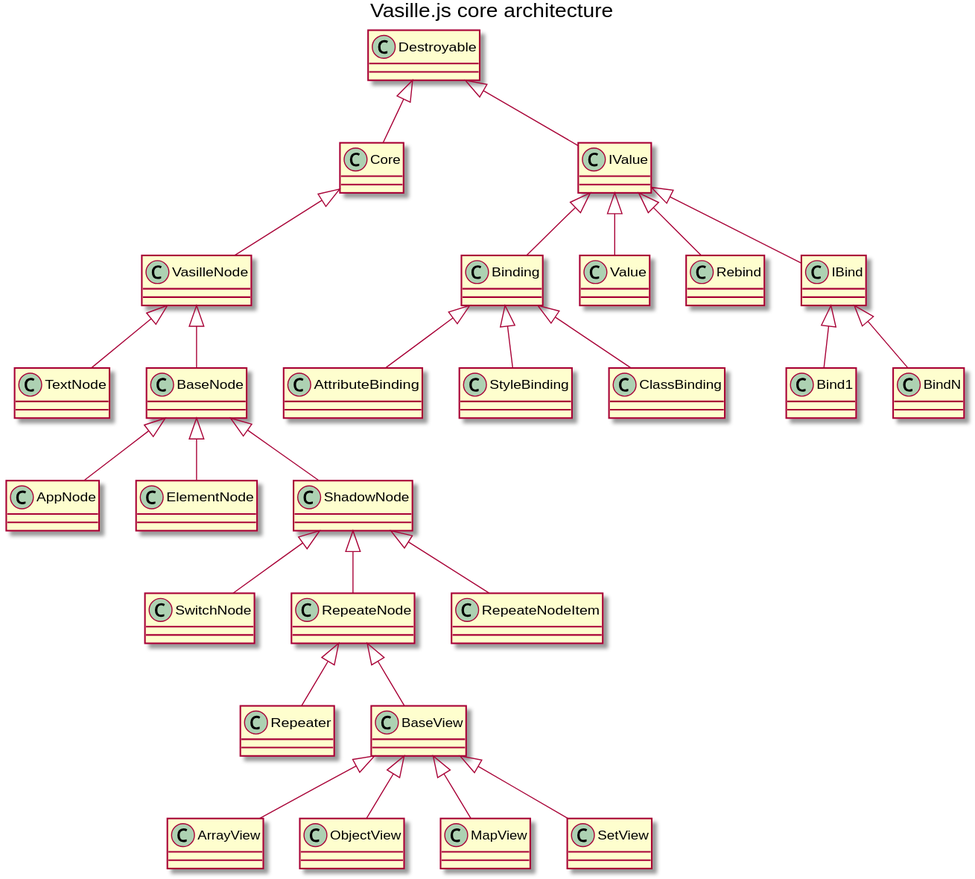
The PlantUML diagram models/svg/Vasille.js core architecture.svg in vasille-js/vasille-js, before a commit.
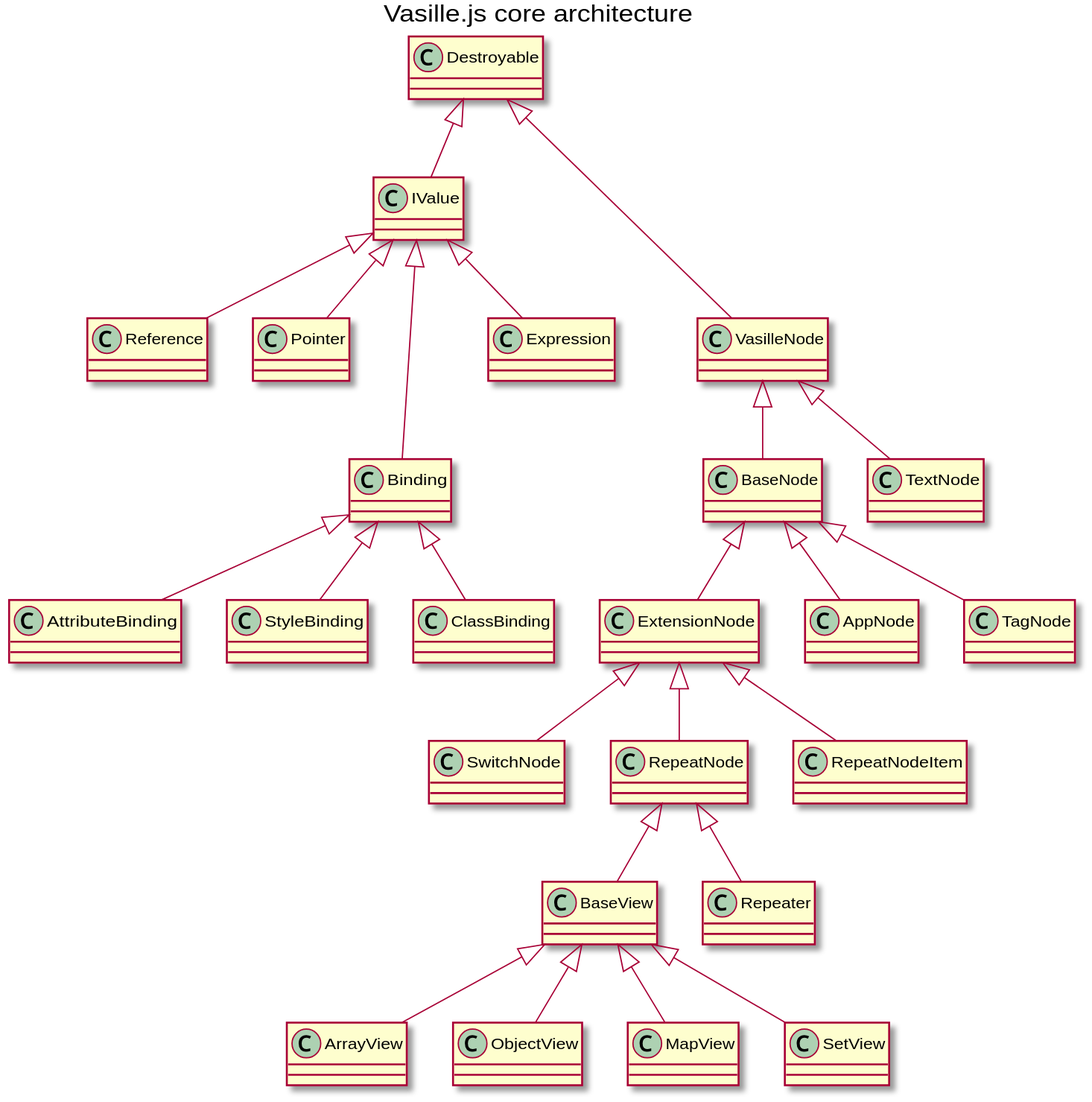
After the commit.

The edit, as a diff of the source:
```diff
@@ -1,33 +1,30 @@
 @startuml
 title Vasille.js core architecture
 
-Destroyable <|-- Core
 Destroyable <|-- IValue
+Destroyable <|--- VasilleNode
 
-IValue <|-- Binding
-IValue <|-- Value
-IValue <|-- Rebind
-IValue <|-- IBind
+IValue <|-- Reference
+IValue <|-- Pointer
+IValue <|--- Binding
+IValue <|-- Expression
 Binding <|-- AttributeBinding
 Binding <|-- StyleBinding
 Binding <|-- ClassBinding
-IBind <|-- Bind1
-IBind <|-- Expression
 
-Core <|-- VasilleNode
+VasilleNode <|-- BaseNode
 VasilleNode <|-- TextNode
-VasilleNode <|-- BaseNode
 
+BaseNode <|-- ExtensionNode
 BaseNode <|-- AppNode
 BaseNode <|-- TagNode
-BaseNode <|-- ExtensionNode
 
 ExtensionNode <|-- SwitchNode
-ExtensionNode <|-- RepeateNode
-ExtensionNode <|-- RepeateNodeItem
+ExtensionNode <|-- RepeatNode
+ExtensionNode <|-- RepeatNodeItem
 
-RepeateNode <|-- Repeater
-RepeateNode <|-- BaseView
+RepeatNode <|-- BaseView
+RepeatNode <|-- Repeater
 
 BaseView <|-- ArrayView
 BaseView <|-- ObjectView
```
